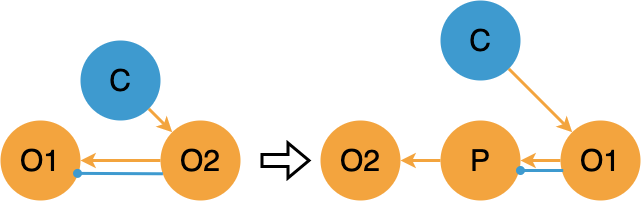
Above: Neurotechnologies_and_TRIZ/Proxy.png in max-talanov/1 (draw.io), before the change. Source tidied: cells renumbered, new cells last; positions are measured from the earlier drawing's top-left corner, leaving out a move shared by most shapes.
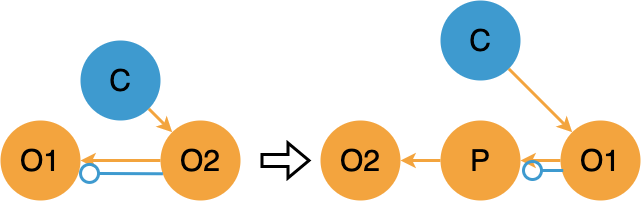
The same diagram one commit later.

What changed in the source:
```diff
@@ -38,7 +38,7 @@
         <mxPoint x="310" y="160" as="targetPoint" />
       </mxGeometry>
     </mxCell>
-    <mxCell id="13" style="rounded=0;jettySize=auto;html=1;fontSize=30;strokeColor=#3E9ACF;strokeWidth=3;startArrow=none;startFill=0;entryX=0.963;entryY=0.661;entryDx=0;entryDy=0;entryPerimeter=0;exitX=0.03;exitY=0.666;exitDx=0;exitDy=0;exitPerimeter=0;endArrow=oval;endFill=1;" parent="1" edge="1" source="9" target="8">
+    <mxCell id="13" style="rounded=0;jettySize=auto;html=1;fontSize=30;strokeColor=#3E9ACF;strokeWidth=3;startArrow=none;startFill=0;entryX=0.963;entryY=0.661;entryDx=0;entryDy=0;entryPerimeter=0;exitX=0.03;exitY=0.666;exitDx=0;exitDy=0;exitPerimeter=0;endArrow=circle;endFill=0;" parent="1" edge="1" source="9" target="8">
       <mxGeometry relative="1" as="geometry" />
     </mxCell>
     <mxCell id="14" value="P" style="ellipse;whiteSpace=wrap;html=1;fontSize=30;strokeColor=none;fillColor=#F3A43E;" parent="1" vertex="1">
@@ -47,7 +47,7 @@
     <mxCell id="15" style="rounded=0;jettySize=auto;html=1;fontSize=30;strokeColor=#F3A43E;strokeWidth=3;startArrow=none;startFill=0;" parent="1" edge="1" source="4" target="14">
       <mxGeometry relative="1" as="geometry" />
     </mxCell>
-    <mxCell id="16" style="rounded=0;jettySize=auto;html=1;fontSize=30;strokeColor=#3E9ACF;strokeWidth=3;startArrow=none;startFill=0;entryX=0.963;entryY=0.661;entryDx=0;entryDy=0;entryPerimeter=0;endArrow=oval;endFill=1;exitX=0.034;exitY=0.625;exitDx=0;exitDy=0;exitPerimeter=0;" parent="1" edge="1" source="4">
+    <mxCell id="16" style="rounded=0;jettySize=auto;html=1;fontSize=30;strokeColor=#3E9ACF;strokeWidth=3;startArrow=none;startFill=0;entryX=0.963;entryY=0.661;entryDx=0;entryDy=0;entryPerimeter=0;endArrow=circle;endFill=0;exitX=0.034;exitY=0.625;exitDx=0;exitDy=0;exitPerimeter=0;" parent="1" edge="1" source="4">
       <mxGeometry relative="1" as="geometry">
         <mxPoint x="520" y="170" as="targetPoint" />
       </mxGeometry>
```
